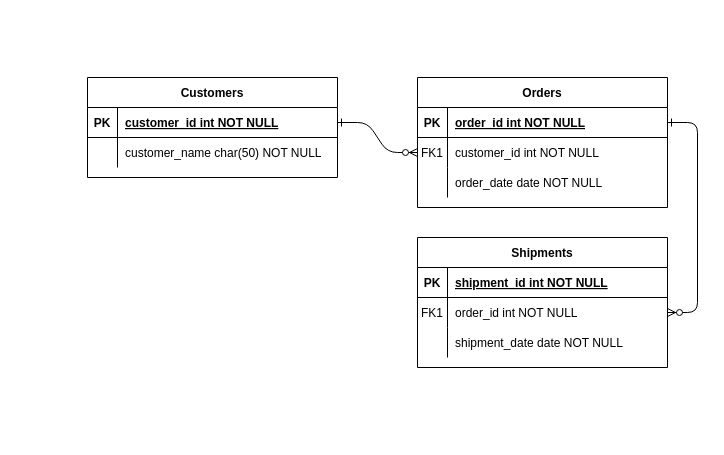
Above: er-model.drawio in Aaradhy-Sharma/dbms-project-1 (draw.io), before the change. Source tidied: cells renumbered, new cells numbered last; positions are measured from the earlier drawing's top-left corner, leaving out a move shared by most shapes. Both pictures are drawn from the tidied source at 100%, with x=0, y=0 at pixel (87, 77).
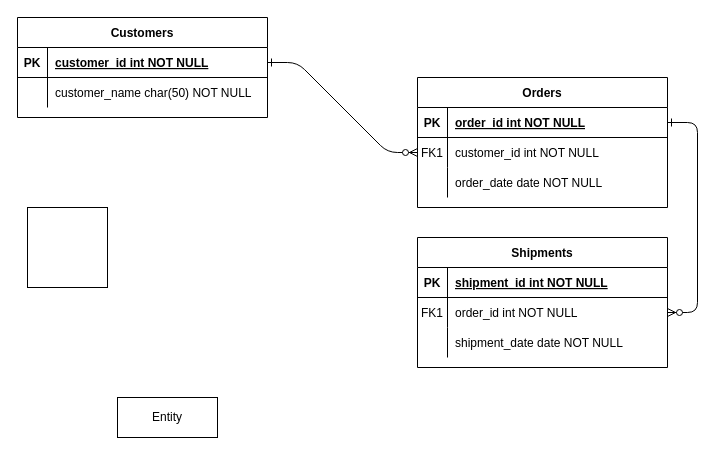
The same page after the edit.

The edit, as a diff of the source:
```diff
@@
     <mxCell id="24" value="Customers" style="shape=table;startSize=30;childLayout=tableLayout;rowLines=0;fontStyle=1;align=center;" parent="1" vertex="1">
-      <mxGeometry width="250" height="100" as="geometry" />
+      <mxGeometry x="-70" y="-60" width="250" height="100" as="geometry" />
     </mxCell>
@@
+    <mxCell id="31" style="whiteSpace=wrap;html=1;" parent="1" vertex="1">
+      <mxGeometry x="-60" y="130" width="80" height="80" as="geometry" />
+    </mxCell>
+    <mxCell id="32" value="Entity" style="whiteSpace=wrap;html=1;align=center;" parent="1" vertex="1">
+      <mxGeometry x="30" y="320" width="100" height="40" as="geometry" />
+    </mxCell>
```
